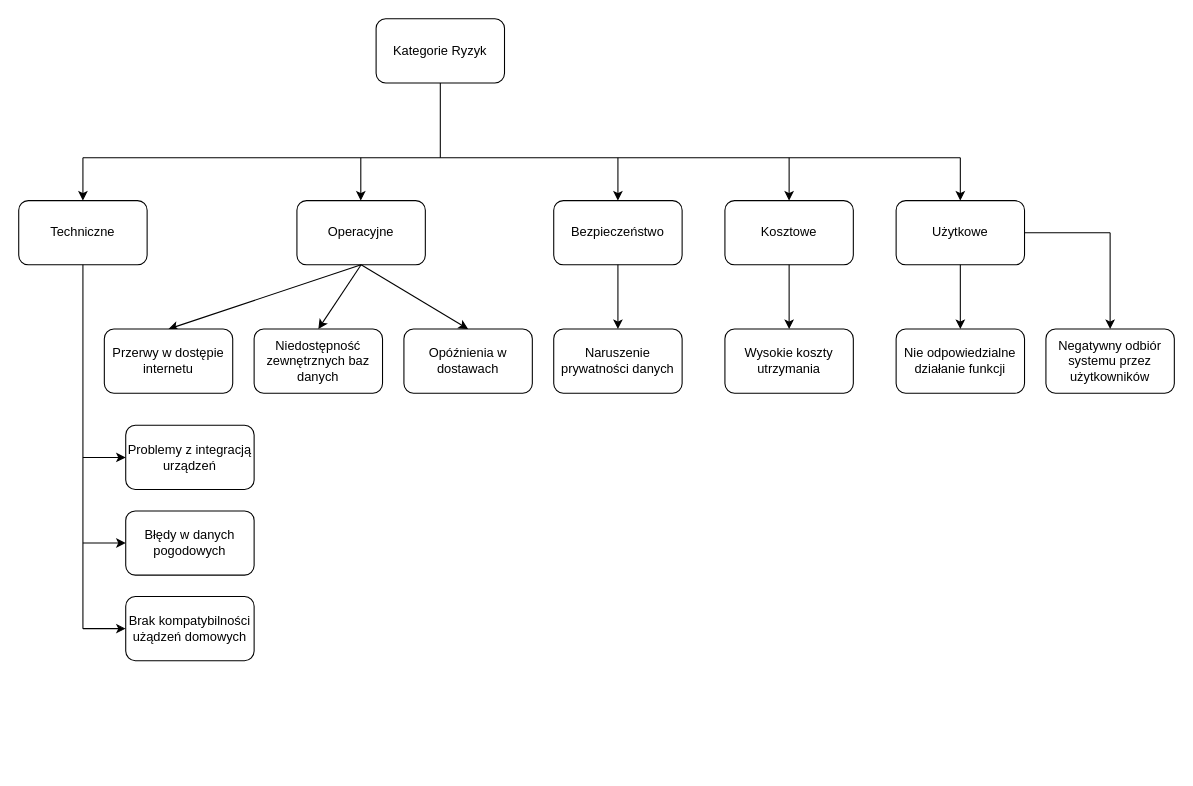
The draw.io diagram drzewo_ryzyk.drawio in julian428/wbs, before the edit. Source tidied: cells renumbered, new cells numbered last; positions are measured from the earlier drawing's top-left corner, leaving out a move shared by most shapes. Both pictures are drawn from the tidied source at 107%, with x=0, y=0 at pixel (18, 18).
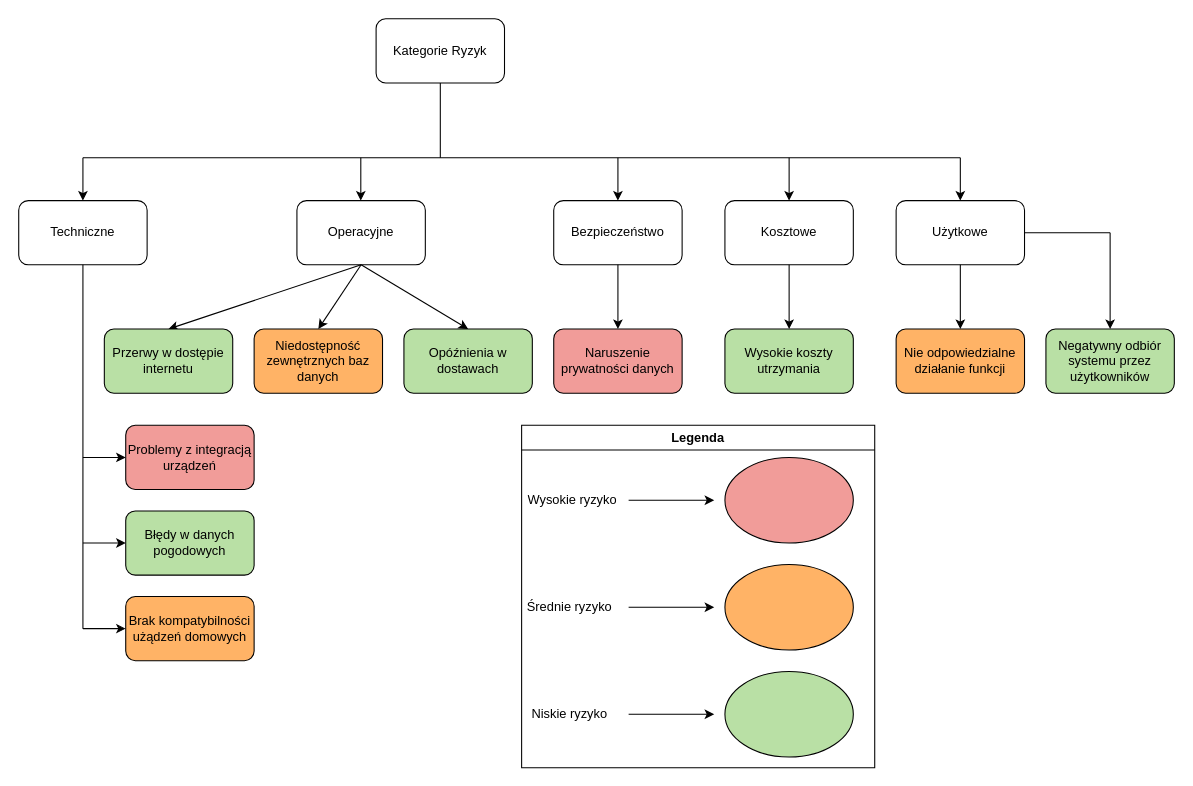
Above is the later version.

Change to the diagram source:
```diff
@@
-    <mxCell id="15" value="Wysokie koszty utrzymania" style="rounded=1;whiteSpace=wrap;html=1;" parent="1" vertex="1">
+    <mxCell id="15" value="Wysokie koszty utrzymania" style="rounded=1;whiteSpace=wrap;html=1;fillColor=#B9E0A5;" parent="1" vertex="1">
       <mxGeometry x="660" y="290" width="120" height="60" as="geometry" />
     </mxCell>
-    <mxCell id="16" value="Naruszenie prywatności danych" style="rounded=1;whiteSpace=wrap;html=1;" parent="1" vertex="1">
+    <mxCell id="16" value="Naruszenie prywatności danych" style="rounded=1;whiteSpace=wrap;html=1;fillColor=#F19C99;" parent="1" vertex="1">
       <mxGeometry x="500" y="290" width="120" height="60" as="geometry" />
     </mxCell>
@@
-    <mxCell id="19" value="Przerwy w dostępie internetu" style="rounded=1;whiteSpace=wrap;html=1;" parent="1" vertex="1">
+    <mxCell id="19" value="Przerwy w dostępie internetu" style="rounded=1;whiteSpace=wrap;html=1;fillColor=#B9E0A5;" parent="1" vertex="1">
       <mxGeometry x="80" y="290" width="120" height="60" as="geometry" />
     </mxCell>
-    <mxCell id="20" value="Opóźnienia w dostawach" style="rounded=1;whiteSpace=wrap;html=1;" parent="1" vertex="1">
+    <mxCell id="20" value="Opóźnienia w dostawach" style="rounded=1;whiteSpace=wrap;html=1;fillColor=#B9E0A5;" parent="1" vertex="1">
       <mxGeometry x="360" y="290" width="120" height="60" as="geometry" />
     </mxCell>
@@
-    <mxCell id="22" value="Problemy z integracją urządzeń" style="rounded=1;whiteSpace=wrap;html=1;" parent="1" vertex="1">
+    <mxCell id="22" value="Problemy z integracją urządzeń" style="rounded=1;whiteSpace=wrap;html=1;fillColor=#F19C99;" parent="1" vertex="1">
       <mxGeometry x="100" y="380" width="120" height="60" as="geometry" />
     </mxCell>
-    <mxCell id="23" value="Błędy w danych pogodowych" style="rounded=1;whiteSpace=wrap;html=1;" parent="1" vertex="1">
+    <mxCell id="23" value="Błędy w danych pogodowych" style="rounded=1;whiteSpace=wrap;html=1;fillColor=#B9E0A5;" parent="1" vertex="1">
       <mxGeometry x="100" y="460" width="120" height="60" as="geometry" />
     </mxCell>
@@
-    <mxCell id="28" value="Brak kompatybilności użądzeń domowych" style="rounded=1;whiteSpace=wrap;html=1;" parent="1" vertex="1">
+    <mxCell id="28" value="Brak kompatybilności użądzeń domowych" style="rounded=1;whiteSpace=wrap;html=1;fillColor=#FFB366;" parent="1" vertex="1">
       <mxGeometry x="100" y="540" width="120" height="60" as="geometry" />
     </mxCell>
@@
-    <mxCell id="31" value="Niedostępność zewnętrznych baz danych" style="rounded=1;whiteSpace=wrap;html=1;" parent="1" vertex="1">
+    <mxCell id="31" value="Niedostępność zewnętrznych baz danych" style="rounded=1;whiteSpace=wrap;html=1;fillColor=#FFB366;" parent="1" vertex="1">
       <mxGeometry x="220" y="290" width="120" height="60" as="geometry" />
     </mxCell>
@@
-    <mxCell id="33" value="Nie odpowiedzialne działanie funkcji" style="rounded=1;whiteSpace=wrap;html=1;" parent="1" vertex="1">
+    <mxCell id="33" value="Nie odpowiedzialne działanie funkcji" style="rounded=1;whiteSpace=wrap;html=1;fillColor=#FFB366;" parent="1" vertex="1">
       <mxGeometry x="820" y="290" width="120" height="60" as="geometry" />
     </mxCell>
@@
-    <mxCell id="36" value="Negatywny odbiór systemu przez użytkowników" style="rounded=1;whiteSpace=wrap;html=1;" parent="1" vertex="1">
+    <mxCell id="36" value="Negatywny odbiór systemu przez użytkowników" style="rounded=1;whiteSpace=wrap;html=1;fillColor=#B9E0A5;" parent="1" vertex="1">
       <mxGeometry x="960" y="290" width="120" height="60" as="geometry" />
     </mxCell>
+    <mxCell id="37" style="ellipse;whiteSpace=wrap;html=1;fillColor=#F19C99;" parent="1" vertex="1">
+      <mxGeometry x="660" y="410" width="120" height="80" as="geometry" />
+    </mxCell>
+    <mxCell id="38" style="ellipse;whiteSpace=wrap;html=1;fillColor=#FFB366;" parent="1" vertex="1">
+      <mxGeometry x="660" y="510" width="120" height="80" as="geometry" />
+    </mxCell>
+    <mxCell id="39" style="ellipse;whiteSpace=wrap;html=1;fillColor=#B9E0A5;" parent="1" vertex="1">
+      <mxGeometry x="660" y="610" width="120" height="80" as="geometry" />
+    </mxCell>
+    <mxCell id="40" value="Wysokie ryzyko" style="text;strokeColor=none;fillColor=none;align=left;verticalAlign=middle;spacingLeft=4;spacingRight=4;overflow=hidden;whiteSpace=wrap;html=1;" parent="1" vertex="1">
+      <mxGeometry x="470" y="435" width="120" height="30" as="geometry" />
+    </mxCell>
+    <mxCell id="41" value="Średnie ryzyko" style="text;html=1;align=center;verticalAlign=middle;whiteSpace=wrap;rounded=0;" parent="1" vertex="1">
+      <mxGeometry x="470" y="535" width="90" height="30" as="geometry" />
+    </mxCell>
+    <mxCell id="42" value="Niskie ryzyko" style="text;html=1;align=center;verticalAlign=middle;whiteSpace=wrap;rounded=0;" parent="1" vertex="1">
+      <mxGeometry x="475" y="635" width="80" height="30" as="geometry" />
+    </mxCell>
+    <mxCell id="43" style="endArrow=classic;html=1;rounded=0;" parent="1" edge="1">
+      <mxGeometry relative="1" as="geometry">
+        <mxPoint x="570" y="450" as="sourcePoint" />
+        <mxPoint x="650" y="450" as="targetPoint" />
+      </mxGeometry>
+    </mxCell>
+    <mxCell id="44" style="endArrow=classic;html=1;rounded=0;" parent="1" edge="1">
+      <mxGeometry relative="1" as="geometry">
+        <mxPoint x="570" y="550" as="sourcePoint" />
+        <mxPoint x="650" y="550" as="targetPoint" />
+      </mxGeometry>
+    </mxCell>
+    <mxCell id="45" style="endArrow=classic;html=1;rounded=0;" parent="1" edge="1">
+      <mxGeometry relative="1" as="geometry">
+        <mxPoint x="570" y="650" as="sourcePoint" />
+        <mxPoint x="650" y="650" as="targetPoint" />
+      </mxGeometry>
+    </mxCell>
+    <mxCell id="46" value="Legenda" style="swimlane;whiteSpace=wrap;html=1;" parent="1" vertex="1">
+      <mxGeometry x="470" y="380" width="330" height="320" as="geometry" />
+    </mxCell>
```
